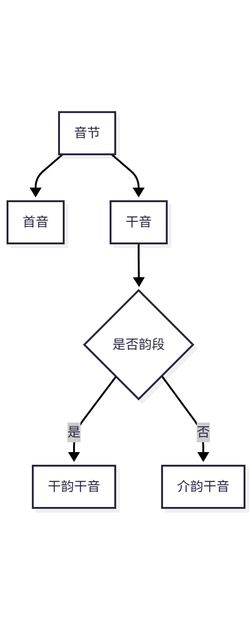
Above: YIME_Theory/flowchart/首干二分.png in tsaanghwang/Yime-prototype (Mermaid), before the change. Its source is kept beside it as YIME_Theory/flowchart/首干二分.mmd.
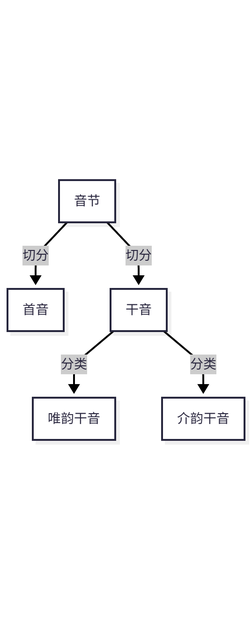
Later version of the same file.

The edit, as a diff of the source:
```diff
@@ -1,5 +1,5 @@
 graph TD
     A[音节] --> |切分|B[首音]
     A --> |切分|C[干音]
-    C --> |分类|D[干韵干音]
-    C --> |分类|F[介韵干音]
+    C --> |分类|D[唯韵干音]
+    C --> |分类|E[介韵干音]
```
